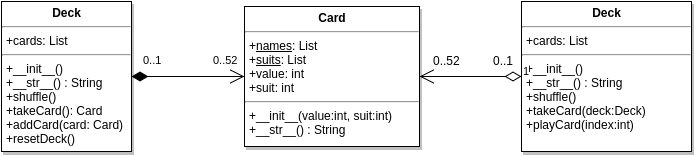
Above: htdocs/img/oopython/kmom02/cardDeckUml.png in thulin82/website (draw.io), before the change. Source tidied: cells renumbered, new cells last; positions are measured from the earlier drawing's top-left corner, leaving out a move shared by most shapes. The source it was exported from:
```xml
<mxGraphModel background="#ffffff">
  <root>
    <mxCell id="0" style="html=1;" />
    <mxCell id="1" style="html=1;" parent="0" />
    <mxCell id="2" value="&lt;p style=&quot;margin: 0px ; margin-top: 4px ; text-align: center&quot;&gt;&lt;b&gt;Deck&lt;/b&gt;&lt;/p&gt;&lt;hr&gt;&lt;p style=&quot;margin: 0px ; margin-left: 4px&quot;&gt;+cards: List&lt;/p&gt;&lt;hr&gt;&lt;p style=&quot;margin: 0px ; margin-left: 4px&quot;&gt;+__init__()&lt;/p&gt;&lt;p style=&quot;margin: 0px ; margin-left: 4px&quot;&gt;+__str__() : String&lt;/p&gt;&lt;p style=&quot;margin: 0px ; margin-left: 4px&quot;&gt;+shuffle()&lt;/p&gt;&lt;p style=&quot;margin: 0px ; margin-left: 4px&quot;&gt;+takeCard(): Card&lt;/p&gt;&lt;p style=&quot;margin: 0px ; margin-left: 4px&quot;&gt;+addCard(card: Card)&lt;/p&gt;&lt;p style=&quot;margin: 0px ; margin-left: 4px&quot;&gt;+resetDeck()&lt;/p&gt;&lt;p style=&quot;margin: 0px ; margin-left: 4px&quot;&gt;&lt;br&gt;&lt;/p&gt;&lt;p style=&quot;margin: 0px ; margin-left: 4px&quot;&gt;&lt;br&gt;&lt;/p&gt;" style="shadow=1;fillColor=#FFFFFF;gradientColor=none;verticalAlign=top;align=left;overflow=fill;fontSize=12;fontFamily=Helvetica;html=1;" parent="1" vertex="1">
      <mxGeometry width="130" height="150" as="geometry" />
    </mxCell>
    <mxCell id="3" value="&lt;p style=&quot;margin: 0px ; margin-top: 4px ; text-align: center&quot;&gt;&lt;b&gt;Card&lt;/b&gt;&lt;/p&gt;&lt;hr&gt;&lt;p style=&quot;margin: 0px ; margin-left: 4px&quot;&gt;+&lt;u&gt;names&lt;/u&gt;: List&lt;/p&gt;&lt;p style=&quot;margin: 0px ; margin-left: 4px&quot;&gt;+&lt;u&gt;suits&lt;/u&gt;: List&lt;/p&gt;&lt;p style=&quot;margin: 0px ; margin-left: 4px&quot;&gt;+value: int&lt;/p&gt;&lt;p style=&quot;margin: 0px ; margin-left: 4px&quot;&gt;+suit: int&lt;/p&gt;&lt;hr&gt;&lt;p style=&quot;margin: 0px ; margin-left: 4px&quot;&gt;+__init__(value:int, suit:int)&lt;/p&gt;&lt;p style=&quot;margin: 0px ; margin-left: 4px&quot;&gt;+__str__() : String&lt;/p&gt;" style="shadow=1;fillColor=#FFFFFF;gradientColor=none;verticalAlign=top;align=left;overflow=fill;fontSize=12;fontFamily=Helvetica;html=1;" parent="1" vertex="1">
      <mxGeometry x="243" y="5" width="175" height="140" as="geometry" />
    </mxCell>
    <mxCell id="4" value="&lt;span style=&quot;color: rgb(0 , 0 , 0) ; font-family: &amp;#34;helvetica&amp;#34; ; font-size: 11px ; font-style: normal ; font-weight: normal ; letter-spacing: normal ; text-align: left ; text-indent: 0px ; text-transform: none ; white-space: nowrap ; word-spacing: 0px ; background-color: rgb(255 , 255 , 255) ; display: inline ; float: none&quot;&gt;0..52&lt;/span&gt;" style="text;html=1;" parent="1" vertex="1">
      <mxGeometry x="210" y="45" width="30" height="30" as="geometry" />
    </mxCell>
    <mxCell id="5" value="&lt;span style=&quot;color: rgb(0 , 0 , 0) ; font-family: &amp;#34;helvetica&amp;#34; ; font-size: 11px ; font-style: normal ; font-weight: normal ; letter-spacing: normal ; text-align: left ; text-indent: 0px ; text-transform: none ; white-space: nowrap ; word-spacing: 0px ; background-color: rgb(255 , 255 , 255) ; display: inline ; float: none&quot;&gt;0..1&lt;/span&gt;" style="text;html=1;" parent="1" vertex="1">
      <mxGeometry x="140" y="45" width="30" height="30" as="geometry" />
    </mxCell>
    <mxCell id="6" value="&lt;p style=&quot;margin: 0px ; margin-top: 4px ; text-align: center&quot;&gt;&lt;b&gt;Deck&lt;/b&gt;&lt;/p&gt;&lt;hr&gt;&lt;p style=&quot;margin: 0px ; margin-left: 4px&quot;&gt;+cards: List&lt;/p&gt;&lt;hr&gt;&lt;p style=&quot;margin: 0px ; margin-left: 4px&quot;&gt;+__init__()&lt;/p&gt;&lt;p style=&quot;margin: 0px ; margin-left: 4px&quot;&gt;+__str__() : String&lt;/p&gt;&lt;p style=&quot;margin: 0px ; margin-left: 4px&quot;&gt;+shuffle()&lt;/p&gt;&lt;p style=&quot;margin: 0px ; margin-left: 4px&quot;&gt;+takeCard(deck:Deck)&lt;/p&gt;&lt;p style=&quot;margin: 0px ; margin-left: 4px&quot;&gt;+playCard(index:int)&lt;/p&gt;&lt;p style=&quot;margin: 0px ; margin-left: 4px&quot;&gt;&lt;br&gt;&lt;/p&gt;&lt;p style=&quot;margin: 0px ; margin-left: 4px&quot;&gt;&lt;br&gt;&lt;/p&gt;" style="shadow=1;fillColor=#FFFFFF;gradientColor=none;verticalAlign=top;align=left;overflow=fill;fontSize=12;fontFamily=Helvetica;html=1;" parent="1" vertex="1">
      <mxGeometry x="520" width="170" height="150" as="geometry" />
    </mxCell>
    <mxCell id="7" style="endArrow=open;html=1;endSize=12;startArrow=diamondThin;startSize=14;startFill=1;edgeStyle=orthogonalEdgeStyle;align=left;verticalAlign=bottom;entryX=0;entryY=0.5;exitX=1;exitY=0.5;" parent="1" edge="1" source="2" target="3">
      <mxGeometry x="-1" y="3" relative="1" as="geometry" />
    </mxCell>
    <mxCell id="8" value="1" style="endArrow=open;html=1;endSize=12;startArrow=diamondThin;startSize=14;startFill=0;edgeStyle=orthogonalEdgeStyle;align=left;verticalAlign=bottom;exitX=0;exitY=0.5;entryX=1;entryY=0.5;" parent="1" edge="1" source="6" target="3">
      <mxGeometry x="-1" y="3" relative="1" as="geometry" />
    </mxCell>
    <mxCell id="9" value="0..1" style="text;html=1;align=left;verticalAlign=top;spacingTop=-4;" parent="1" vertex="1">
      <mxGeometry x="490" y="50" width="40" height="20" as="geometry" />
    </mxCell>
    <mxCell id="10" value="0..52" style="text;html=1;align=left;verticalAlign=top;spacingTop=-4;" parent="1" vertex="1">
      <mxGeometry x="430" y="50" width="40" height="20" as="geometry" />
    </mxCell>
  </root>
</mxGraphModel>
```
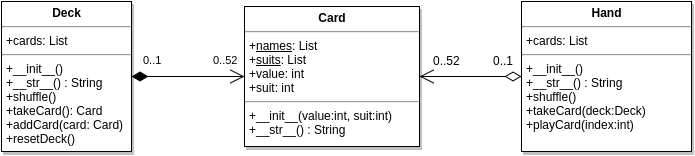
After the change.

Commit message:
updated oopython kmom02 uml ass pic

Diff of the diagram source:
```diff
@@ -1,4 +1,4 @@
-<mxGraphModel background="#ffffff">
+<mxGraphModel>
   <root>
     <mxCell id="0" style="html=1;" />
     <mxCell id="1" style="html=1;" parent="0" />
@@ -14,13 +14,13 @@
     <mxCell id="5" value="&lt;span style=&quot;color: rgb(0 , 0 , 0) ; font-family: &amp;#34;helvetica&amp;#34; ; font-size: 11px ; font-style: normal ; font-weight: normal ; letter-spacing: normal ; text-align: left ; text-indent: 0px ; text-transform: none ; white-space: nowrap ; word-spacing: 0px ; background-color: rgb(255 , 255 , 255) ; display: inline ; float: none&quot;&gt;0..1&lt;/span&gt;" style="text;html=1;" parent="1" vertex="1">
       <mxGeometry x="140" y="45" width="30" height="30" as="geometry" />
     </mxCell>
-    <mxCell id="6" value="&lt;p style=&quot;margin: 0px ; margin-top: 4px ; text-align: center&quot;&gt;&lt;b&gt;Deck&lt;/b&gt;&lt;/p&gt;&lt;hr&gt;&lt;p style=&quot;margin: 0px ; margin-left: 4px&quot;&gt;+cards: List&lt;/p&gt;&lt;hr&gt;&lt;p style=&quot;margin: 0px ; margin-left: 4px&quot;&gt;+__init__()&lt;/p&gt;&lt;p style=&quot;margin: 0px ; margin-left: 4px&quot;&gt;+__str__() : String&lt;/p&gt;&lt;p style=&quot;margin: 0px ; margin-left: 4px&quot;&gt;+shuffle()&lt;/p&gt;&lt;p style=&quot;margin: 0px ; margin-left: 4px&quot;&gt;+takeCard(deck:Deck)&lt;/p&gt;&lt;p style=&quot;margin: 0px ; margin-left: 4px&quot;&gt;+playCard(index:int)&lt;/p&gt;&lt;p style=&quot;margin: 0px ; margin-left: 4px&quot;&gt;&lt;br&gt;&lt;/p&gt;&lt;p style=&quot;margin: 0px ; margin-left: 4px&quot;&gt;&lt;br&gt;&lt;/p&gt;" style="shadow=1;fillColor=#FFFFFF;gradientColor=none;verticalAlign=top;align=left;overflow=fill;fontSize=12;fontFamily=Helvetica;html=1;" parent="1" vertex="1">
+    <mxCell id="6" value="&lt;p style=&quot;margin: 0px ; margin-top: 4px ; text-align: center&quot;&gt;&lt;b&gt;Hand&lt;/b&gt;&lt;/p&gt;&lt;hr&gt;&lt;p style=&quot;margin: 0px ; margin-left: 4px&quot;&gt;+cards: List&lt;/p&gt;&lt;hr&gt;&lt;p style=&quot;margin: 0px ; margin-left: 4px&quot;&gt;+__init__()&lt;/p&gt;&lt;p style=&quot;margin: 0px ; margin-left: 4px&quot;&gt;+__str__() : String&lt;/p&gt;&lt;p style=&quot;margin: 0px ; margin-left: 4px&quot;&gt;+shuffle()&lt;/p&gt;&lt;p style=&quot;margin: 0px ; margin-left: 4px&quot;&gt;+takeCard(deck:Deck)&lt;/p&gt;&lt;p style=&quot;margin: 0px ; margin-left: 4px&quot;&gt;+playCard(index:int)&lt;/p&gt;&lt;p style=&quot;margin: 0px ; margin-left: 4px&quot;&gt;&lt;br&gt;&lt;/p&gt;&lt;p style=&quot;margin: 0px ; margin-left: 4px&quot;&gt;&lt;br&gt;&lt;/p&gt;" style="shadow=1;fillColor=#FFFFFF;gradientColor=none;verticalAlign=top;align=left;overflow=fill;fontSize=12;fontFamily=Helvetica;html=1;" parent="1" vertex="1">
       <mxGeometry x="520" width="170" height="150" as="geometry" />
     </mxCell>
     <mxCell id="7" style="endArrow=open;html=1;endSize=12;startArrow=diamondThin;startSize=14;startFill=1;edgeStyle=orthogonalEdgeStyle;align=left;verticalAlign=bottom;entryX=0;entryY=0.5;exitX=1;exitY=0.5;" parent="1" edge="1" source="2" target="3">
       <mxGeometry x="-1" y="3" relative="1" as="geometry" />
     </mxCell>
-    <mxCell id="8" value="1" style="endArrow=open;html=1;endSize=12;startArrow=diamondThin;startSize=14;startFill=0;edgeStyle=orthogonalEdgeStyle;align=left;verticalAlign=bottom;exitX=0;exitY=0.5;entryX=1;entryY=0.5;" parent="1" edge="1" source="6" target="3">
+    <mxCell id="8" style="endArrow=open;html=1;endSize=12;startArrow=diamondThin;startSize=14;startFill=0;edgeStyle=orthogonalEdgeStyle;align=left;verticalAlign=bottom;exitX=0;exitY=0.5;entryX=1;entryY=0.5;" parent="1" edge="1" source="6" target="3">
       <mxGeometry x="-1" y="3" relative="1" as="geometry" />
     </mxCell>
     <mxCell id="9" value="0..1" style="text;html=1;align=left;verticalAlign=top;spacingTop=-4;" parent="1" vertex="1">
```
